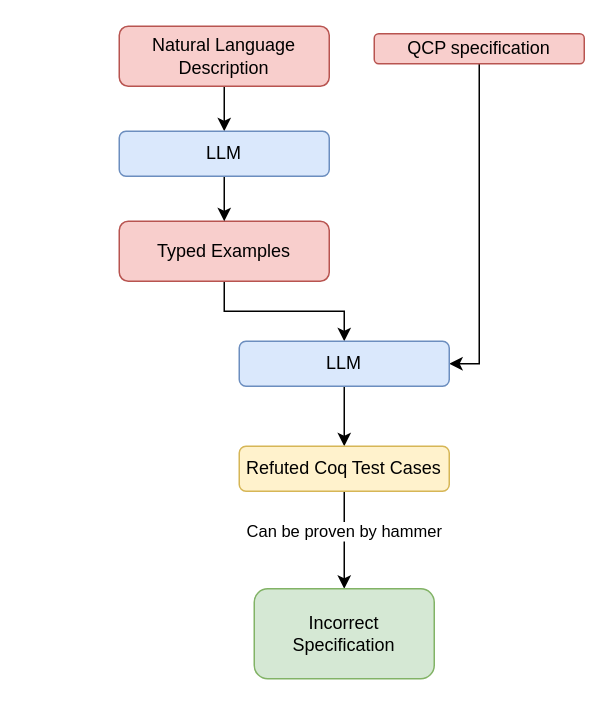
Earlier version of the draw.io diagram llm-spec-refute.drawio (Zhang-Liao/draw-io). Source tidied: cells renumbered, new cells numbered last; positions are measured from the earlier drawing's top-left corner, leaving out a move shared by most shapes. Both pictures are drawn from the tidied source at 150%, with x=0, y=0 at pixel (118, 26).
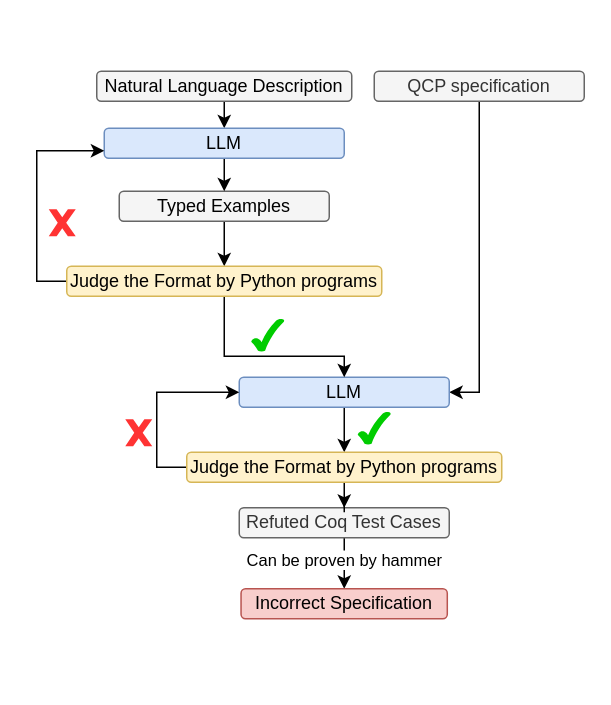
After the change.

Change to the diagram source:
```diff
@@
-    <mxCell id="3" value="QCP specification" style="rounded=1;whiteSpace=wrap;html=1;fillColor=#f8cecc;strokeColor=#b85450;" parent="1" vertex="1">
-      <mxGeometry x="170" y="5" width="140" height="20" as="geometry" />
+    <mxCell id="3" value="QCP specification" style="rounded=1;whiteSpace=wrap;html=1;fillColor=#f5f5f5;strokeColor=#666666;fontColor=#333333;" parent="1" vertex="1">
+      <mxGeometry x="170" y="30" width="140" height="20" as="geometry" />
     </mxCell>
@@
-    <mxCell id="5" value="&lt;div&gt;&lt;span style=&quot;background-color: transparent; color: light-dark(rgb(0, 0, 0), rgb(255, 255, 255));&quot;&gt;Natural Language Description&lt;/span&gt;&lt;/div&gt;" style="rounded=1;whiteSpace=wrap;html=1;fillColor=#f8cecc;strokeColor=#b85450;" parent="1" vertex="1">
-      <mxGeometry width="140" height="40" as="geometry" />
+    <mxCell id="5" value="&lt;div&gt;&lt;span style=&quot;background-color: transparent; color: light-dark(rgb(0, 0, 0), rgb(255, 255, 255));&quot;&gt;Natural Language Description&lt;/span&gt;&lt;/div&gt;" style="rounded=1;whiteSpace=wrap;html=1;fillColor=#f5f5f5;strokeColor=#666666;fontColor=#333333;" parent="1" vertex="1">
+      <mxGeometry x="-15" y="30" width="170" height="20" as="geometry" />
     </mxCell>
-    <mxCell id="6" style="edgeStyle=orthogonalEdgeStyle;rounded=0;jettySize=auto;html=1;entryX=0.5;entryY=0;entryDx=0;entryDy=0;" parent="1" edge="1" source="7" target="11">
-      <mxGeometry relative="1" as="geometry" />
-    </mxCell>
+    <mxCell id="16" style="edgeStyle=orthogonalEdgeStyle;rounded=0;jettySize=auto;html=1;exitX=0.5;exitY=1;exitDx=0;exitDy=0;entryX=0.5;entryY=0;entryDx=0;entryDy=0;" parent="1" edge="1" source="7" target="20">
+      <mxGeometry relative="1" as="geometry" />
+    </mxCell>
-    <mxCell id="7" value="&lt;div&gt;&lt;span style=&quot;background-color: transparent; color: light-dark(rgb(0, 0, 0), rgb(255, 255, 255));&quot;&gt;Typed Examples&lt;/span&gt;&lt;/div&gt;" style="rounded=1;whiteSpace=wrap;html=1;fillColor=#f8cecc;strokeColor=#b85450;" parent="1" vertex="1">
-      <mxGeometry y="130" width="140" height="40" as="geometry" />
+    <mxCell id="7" value="&lt;div&gt;&lt;span style=&quot;background-color: transparent; color: light-dark(rgb(0, 0, 0), rgb(255, 255, 255));&quot;&gt;Typed Examples&lt;/span&gt;&lt;/div&gt;" style="rounded=1;whiteSpace=wrap;html=1;fillColor=#f5f5f5;strokeColor=#666666;fontColor=#333333;" parent="1" vertex="1">
+      <mxGeometry y="110" width="140" height="20" as="geometry" />
     </mxCell>
@@
     <mxCell id="9" value="LLM" style="rounded=1;whiteSpace=wrap;html=1;fillColor=#dae8fc;strokeColor=#6c8ebf;" parent="1" vertex="1">
-      <mxGeometry y="70" width="140" height="30" as="geometry" />
+      <mxGeometry x="-10" y="68" width="160" height="20" as="geometry" />
     </mxCell>
-    <mxCell id="10" style="edgeStyle=orthogonalEdgeStyle;rounded=0;jettySize=auto;html=1;entryX=0.5;entryY=0;entryDx=0;entryDy=0;" parent="1" edge="1" source="11" target="14">
-      <mxGeometry relative="1" as="geometry" />
-    </mxCell>
+    <mxCell id="17" style="edgeStyle=orthogonalEdgeStyle;rounded=0;jettySize=auto;html=1;" parent="1" edge="1" source="11" target="24">
+      <mxGeometry relative="1" as="geometry" />
+    </mxCell>
     <mxCell id="11" value="LLM" style="rounded=1;whiteSpace=wrap;html=1;fillColor=#dae8fc;strokeColor=#6c8ebf;" parent="1" vertex="1">
-      <mxGeometry x="80" y="210" width="140" height="30" as="geometry" />
+      <mxGeometry x="80" y="234" width="140" height="20" as="geometry" />
     </mxCell>
@@
-    <mxCell id="14" value="Refuted Coq Test Cases" style="rounded=1;whiteSpace=wrap;html=1;fillColor=#fff2cc;strokeColor=#d6b656;" parent="1" vertex="1">
-      <mxGeometry x="80" y="280" width="140" height="30" as="geometry" />
+    <mxCell id="14" value="Refuted Coq Test Cases" style="rounded=1;whiteSpace=wrap;html=1;fillColor=#f5f5f5;strokeColor=#666666;fontColor=#333333;" parent="1" vertex="1">
+      <mxGeometry x="80" y="321" width="140" height="20" as="geometry" />
     </mxCell>
-    <mxCell id="15" value="Incorrect Specification" style="whiteSpace=wrap;html=1;fillColor=#d5e8d4;strokeColor=#82b366;rounded=1;" parent="1" vertex="1">
-      <mxGeometry x="90" y="375" width="120" height="60" as="geometry" />
+    <mxCell id="15" value="Incorrect Specification" style="whiteSpace=wrap;html=1;fillColor=#f8cecc;strokeColor=#b85450;rounded=1;" parent="1" vertex="1">
+      <mxGeometry x="81.2" y="375" width="137.5" height="20" as="geometry" />
     </mxCell>
+    <mxCell id="18" style="edgeStyle=orthogonalEdgeStyle;rounded=0;jettySize=auto;html=1;exitX=0.5;exitY=1;exitDx=0;exitDy=0;entryX=0.5;entryY=0;entryDx=0;entryDy=0;exitPerimeter=0;" parent="1" edge="1" source="20" target="11">
+      <mxGeometry relative="1" as="geometry">
+        <Array as="points">
+          <mxPoint x="70" y="220" />
+          <mxPoint x="150" y="220" />
+        </Array>
+      </mxGeometry>
+    </mxCell>
+    <mxCell id="19" style="edgeStyle=orthogonalEdgeStyle;rounded=0;jettySize=auto;html=1;entryX=0;entryY=0.75;entryDx=0;entryDy=0;" parent="1" edge="1" source="20" target="9">
+      <mxGeometry relative="1" as="geometry">
+        <Array as="points">
+          <mxPoint x="-55" y="170" />
+          <mxPoint x="-55" y="83" />
+        </Array>
+      </mxGeometry>
+    </mxCell>
+    <mxCell id="20" value="Judge the Format by Python programs" style="rounded=1;whiteSpace=wrap;html=1;fillColor=#fff2cc;strokeColor=#d6b656;" parent="1" vertex="1">
+      <mxGeometry x="-35" y="160" width="210" height="20" as="geometry" />
+    </mxCell>
+    <mxCell id="21" style="verticalLabelPosition=bottom;verticalAlign=top;html=1;shape=mxgraph.basic.x;fillColor=#FF3333;strokeColor=none;" parent="1" vertex="1">
+      <mxGeometry x="-47" y="122" width="18" height="18" as="geometry" />
+    </mxCell>
+    <mxCell id="22" style="edgeStyle=orthogonalEdgeStyle;rounded=0;jettySize=auto;html=1;entryX=0.5;entryY=0;entryDx=0;entryDy=0;" parent="1" edge="1" source="24" target="14">
+      <mxGeometry relative="1" as="geometry" />
+    </mxCell>
+    <mxCell id="23" style="edgeStyle=orthogonalEdgeStyle;rounded=0;jettySize=auto;html=1;exitX=0;exitY=0.5;exitDx=0;exitDy=0;entryX=0;entryY=0.5;entryDx=0;entryDy=0;" parent="1" edge="1" source="24" target="11">
+      <mxGeometry relative="1" as="geometry" />
+    </mxCell>
+    <mxCell id="24" value="Judge the Format by Python programs" style="rounded=1;whiteSpace=wrap;html=1;fillColor=#fff2cc;strokeColor=#d6b656;" parent="1" vertex="1">
+      <mxGeometry x="45" y="284" width="210" height="20" as="geometry" />
+    </mxCell>
+    <mxCell id="25" style="verticalLabelPosition=bottom;verticalAlign=top;html=1;shape=mxgraph.basic.tick;fillColor=#00CC00;strokeColor=none;" parent="1" vertex="1">
+      <mxGeometry x="159" y="257" width="22" height="22" as="geometry" />
+    </mxCell>
+    <mxCell id="26" style="verticalLabelPosition=bottom;verticalAlign=top;html=1;shape=mxgraph.basic.tick;fillColor=#00CC00;strokeColor=none;" parent="1" vertex="1">
+      <mxGeometry x="88" y="195" width="22" height="22" as="geometry" />
+    </mxCell>
+    <mxCell id="27" style="verticalLabelPosition=bottom;verticalAlign=top;html=1;shape=mxgraph.basic.x;fillColor=#FF3333;strokeColor=none;" parent="1" vertex="1">
+      <mxGeometry x="4" y="262" width="18" height="18" as="geometry" />
+    </mxCell>
```
